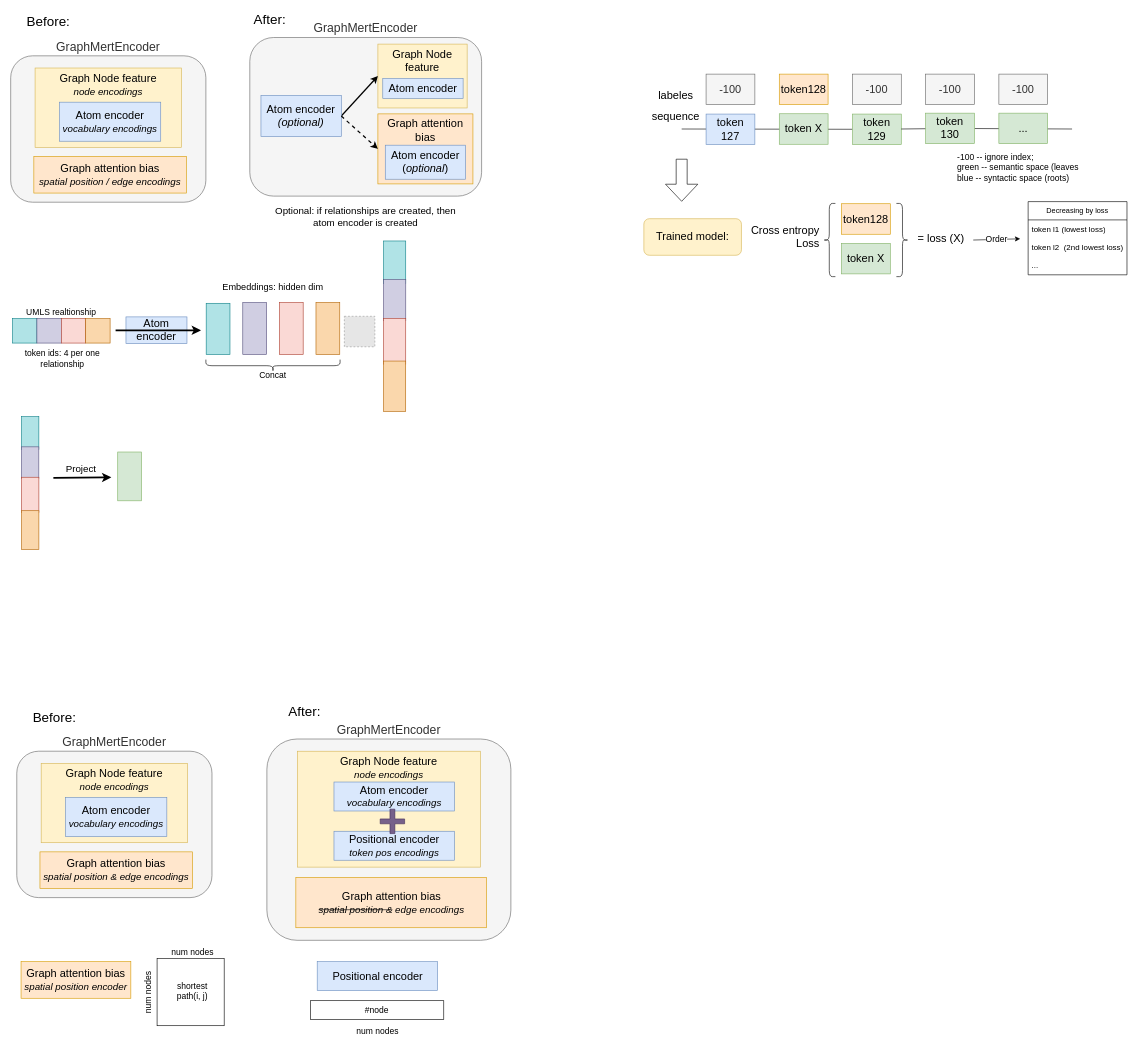
The draw.io diagram page "Page-1" (1 of 2) of presentations/Untitled Diagram.drawio in across-stars/draw.io, before the edit. Source tidied: cells renumbered, new cells numbered last; positions are measured from the earlier drawing's top-left corner, leaving out a move shared by most shapes. Both pictures are drawn from the tidied source at 61%, with x=0, y=0 at pixel (10, 10). Pictures stored in the file or linked from it are replaced by grey dashed boxes.
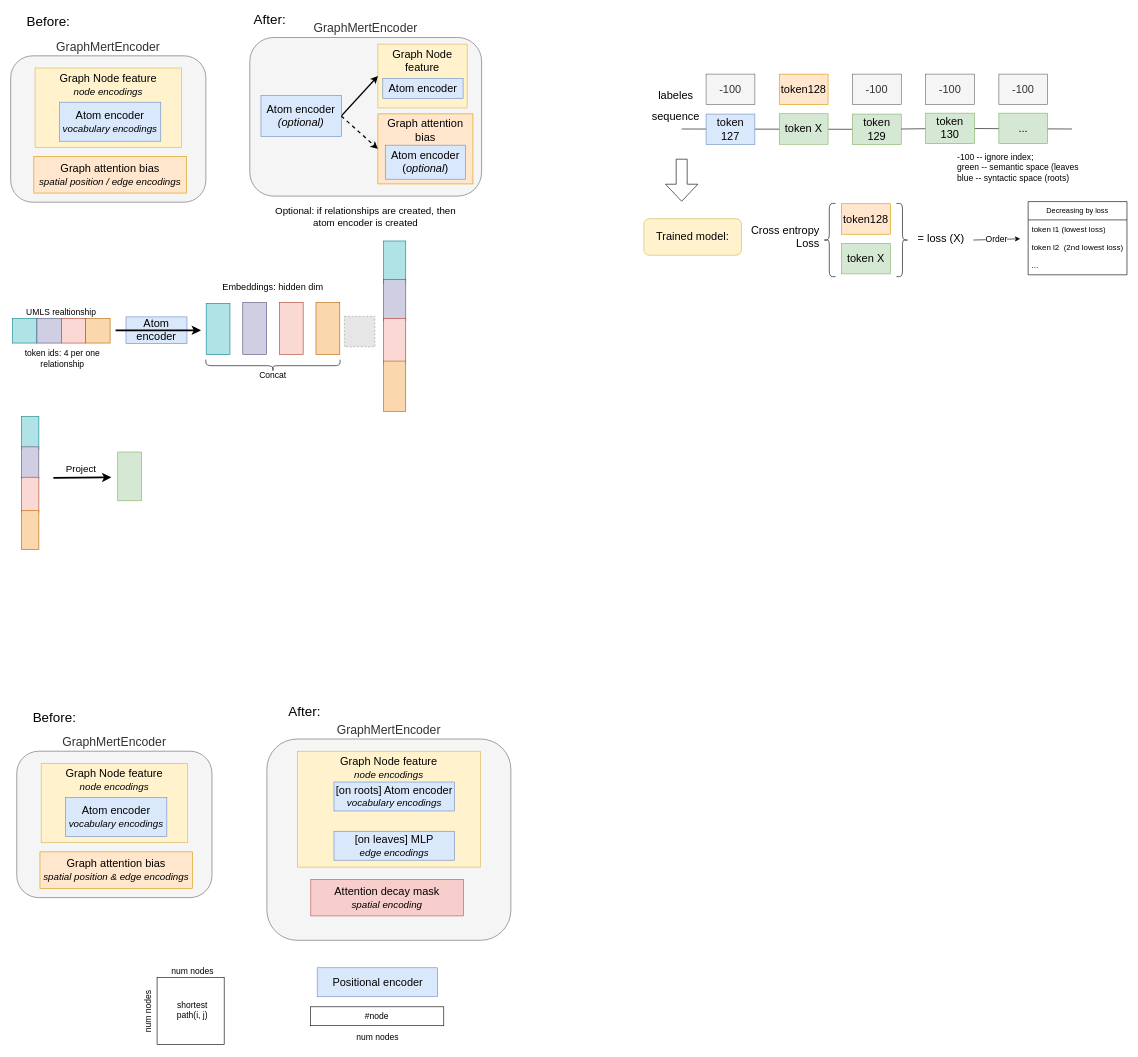
After the change.

Unchanged cells that the change refers to:
```xml
<mxCell id="85" style="group;" parent="1" vertex="1">
  <mxGeometry x="420" y="1194" width="400" height="330" as="geometry" />
</mxCell>
<mxCell id="86" value="&lt;font style=&quot;font-size: 20px;&quot;&gt;GraphMertEncoder&lt;/font&gt;" style="rounded=1;whiteSpace=wrap;html=1;labelPosition=center;verticalLabelPosition=top;align=center;verticalAlign=bottom;fontSize=18;fillColor=#f5f5f5;fontColor=#333333;strokeColor=#666666;" parent="85" vertex="1">
  <mxGeometry width="400" height="330" as="geometry" />
</mxCell>
```

The edit, as a diff of the source:
```diff
@@
+    <mxCell id="102" value="&lt;font style=&quot;font-size: 18px;&quot;&gt;Attention decay mask&lt;/font&gt;&lt;div&gt;&lt;font size=&quot;1&quot;&gt;&lt;i style=&quot;font-size: 16px;&quot;&gt;spatial encoding&lt;/i&gt;&lt;/font&gt;&lt;/div&gt;" style="rounded=0;whiteSpace=wrap;html=1;fillColor=#f8cecc;strokeColor=#b85450;" parent="86" vertex="1">
+      <mxGeometry x="72" y="230" width="250" height="60" as="geometry" />
+    </mxCell>
@@
-    <mxCell id="88" value="&lt;font style=&quot;font-size: 18px;&quot;&gt;Graph attention bias&lt;/font&gt;&lt;div&gt;&lt;font size=&quot;1&quot;&gt;&lt;i style=&quot;font-size: 16px;&quot;&gt;&lt;strike&gt;spatial position&amp;nbsp;&amp;amp;&lt;/strike&gt; edge encodings&lt;/i&gt;&lt;/font&gt;&lt;/div&gt;" style="rounded=0;whiteSpace=wrap;html=1;fillColor=#ffe6cc;strokeColor=#d79b00;" parent="85" vertex="1">
-      <mxGeometry x="47.5" y="226.9" width="312.5" height="82.5" as="geometry" />
-    </mxCell>
-    <mxCell id="89" value="&lt;font style=&quot;font-size: 18px;&quot;&gt;Atom encoder&lt;/font&gt;&lt;div&gt;&lt;font style=&quot;font-size: 16px;&quot;&gt;&lt;i&gt;vocabulary encodings&lt;/i&gt;&lt;/font&gt;&lt;/div&gt;" style="rounded=0;whiteSpace=wrap;html=1;fillColor=#dae8fc;strokeColor=#6c8ebf;" parent="85" vertex="1">
+    <mxCell id="89" value="&lt;font style=&quot;font-size: 18px;&quot;&gt;[on roots] Atom encoder&lt;/font&gt;&lt;div&gt;&lt;font style=&quot;font-size: 16px;&quot;&gt;&lt;i&gt;vocabulary encodings&lt;/i&gt;&lt;/font&gt;&lt;/div&gt;" style="rounded=0;whiteSpace=wrap;html=1;fillColor=#dae8fc;strokeColor=#6c8ebf;" parent="85" vertex="1">
       <mxGeometry x="110" y="70.5" width="197.5" height="47.5" as="geometry" />
     </mxCell>
-    <mxCell id="90" value="&lt;font style=&quot;font-size: 18px;&quot;&gt;Positional encoder&lt;/font&gt;&lt;div&gt;&lt;font style=&quot;font-size: 16px;&quot;&gt;&lt;i&gt;token pos encodings&lt;/i&gt;&lt;/font&gt;&lt;/div&gt;" style="rounded=0;whiteSpace=wrap;html=1;fillColor=#dae8fc;strokeColor=#6c8ebf;" parent="85" vertex="1">
+    <mxCell id="90" value="&lt;font&gt;&lt;font size=&quot;4&quot;&gt;[on leaves] MLP&lt;/font&gt;&lt;/font&gt;&lt;div&gt;&lt;font style=&quot;font-size: 16px;&quot;&gt;&lt;i&gt;edge encodings&lt;/i&gt;&lt;/font&gt;&lt;/div&gt;" style="rounded=0;whiteSpace=wrap;html=1;fillColor=#dae8fc;strokeColor=#6c8ebf;" parent="85" vertex="1">
       <mxGeometry x="110" y="151.2" width="197.5" height="47.5" as="geometry" />
     </mxCell>
-    <mxCell id="91" style="shape=cross;whiteSpace=wrap;html=1;fillColor=#76608a;strokeColor=#432D57;fontColor=#ffffff;" parent="85" vertex="1">
-      <mxGeometry x="185.8" y="115" width="40" height="40" as="geometry" />
-    </mxCell>
@@
-    <mxCell id="93" value="&lt;font style=&quot;font-size: 18px;&quot;&gt;Graph attention bias&lt;/font&gt;&lt;div&gt;&lt;font size=&quot;1&quot;&gt;&lt;i style=&quot;font-size: 16px;&quot;&gt;spatial position encoder&lt;/i&gt;&lt;/font&gt;&lt;/div&gt;" style="rounded=0;whiteSpace=wrap;html=1;fillColor=#ffe6cc;strokeColor=#d79b00;" parent="1" vertex="1">
-      <mxGeometry x="17" y="1559" width="180" height="60" as="geometry" />
-    </mxCell>
     <mxCell id="94" style="group;" parent="1" vertex="1">
-      <mxGeometry x="210" y="1528" width="140" height="135" as="geometry" />
+      <mxGeometry x="210" y="1559" width="140" height="135" as="geometry" />
     </mxCell>
@@
     <mxCell id="99" value="&lt;font style=&quot;font-size: 18px;&quot;&gt;Positional encoder&lt;/font&gt;" style="rounded=0;whiteSpace=wrap;html=1;fillColor=#dae8fc;strokeColor=#6c8ebf;" parent="1" vertex="1">
-      <mxGeometry x="502.5" y="1559" width="197.5" height="47.5" as="geometry" />
+      <mxGeometry x="502.5" y="1569" width="197.5" height="47.5" as="geometry" />
     </mxCell>
     <mxCell id="100" value="&lt;font style=&quot;font-size: 14px;&quot;&gt;#node&lt;/font&gt;" style="rounded=0;whiteSpace=wrap;html=1;" parent="1" vertex="1">
-      <mxGeometry x="491.2" y="1623" width="218.8" height="31" as="geometry" />
+      <mxGeometry x="491.2" y="1633" width="218.8" height="31" as="geometry" />
     </mxCell>
     <mxCell id="101" value="&lt;font style=&quot;font-size: 14px;&quot;&gt;num nodes&lt;/font&gt;" style="text;html=1;align=center;verticalAlign=middle;strokeColor=none;fillColor=none;" parent="1" vertex="1">
-      <mxGeometry x="556.2" y="1658" width="90" height="30" as="geometry" />
+      <mxGeometry x="556.2" y="1668" width="90" height="30" as="geometry" />
     </mxCell>
```
